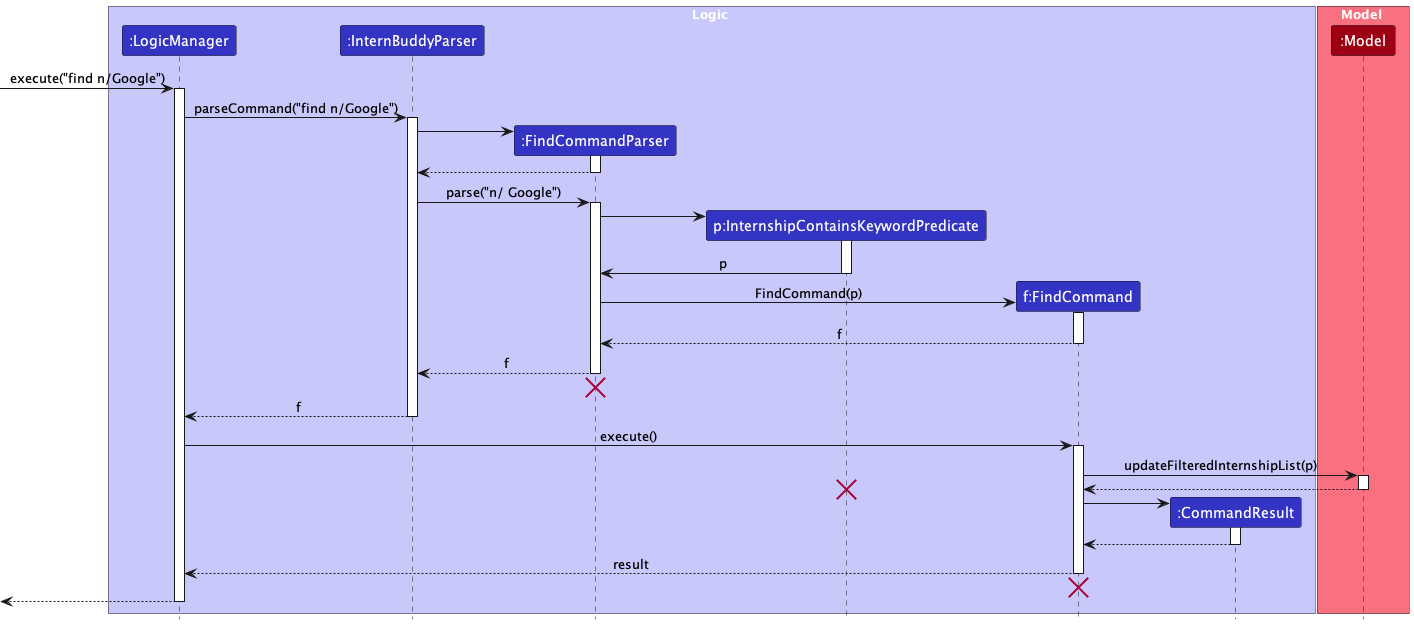
Above: docs/images/FindSequenceDiagram.png in nus-cs2103-AY2223S2/tp (PlantUML), before the change.
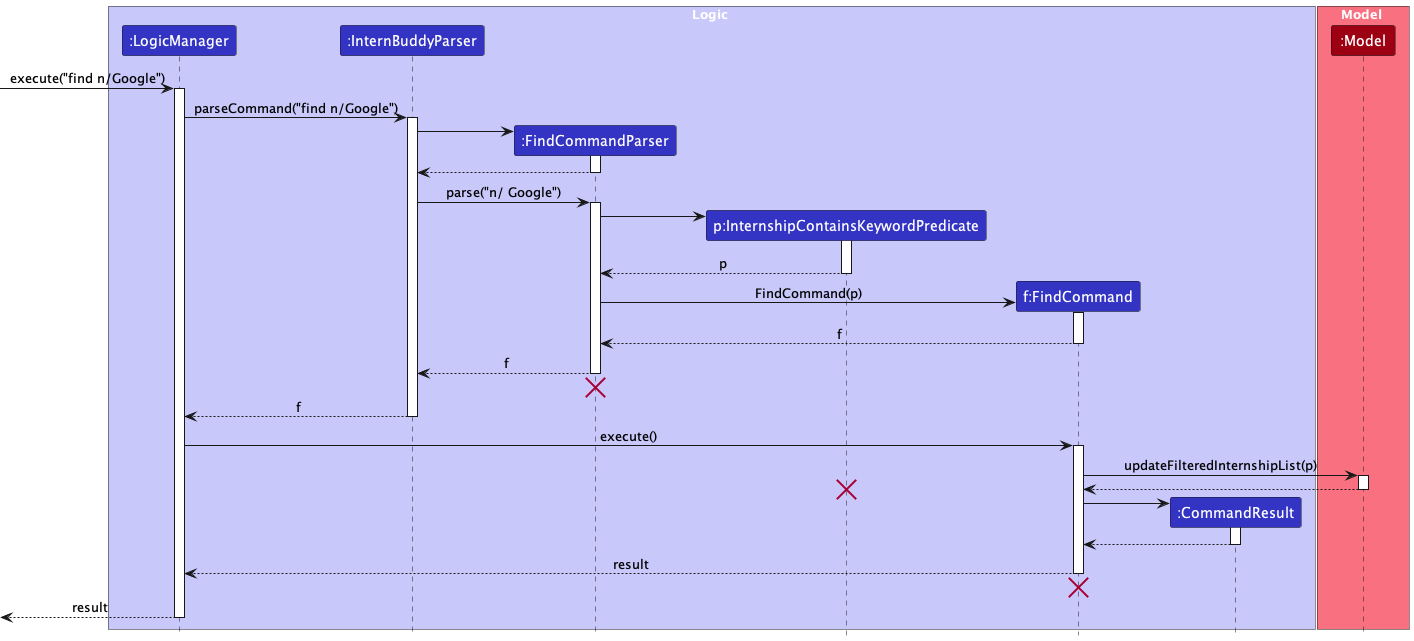
After the commit.

Commit message:
Update find sequence diagram for dg

Change to the diagram source:
```diff
@@ -34,7 +34,7 @@
 FindCommandParser -> InternshipContainsKeywordPredicate
 activate InternshipContainsKeywordPredicate
 
-InternshipContainsKeywordPredicate -> FindCommandParser : p
+InternshipContainsKeywordPredicate --> FindCommandParser : p
 deactivate InternshipContainsKeywordPredicate
 
 create FindCommand
@@ -75,6 +75,6 @@
 FindCommand -[hidden]-> LogicManager
 destroy FindCommand
 
-[<--LogicManager
+[<--LogicManager : result
 deactivate LogicManager
 @enduml
```
